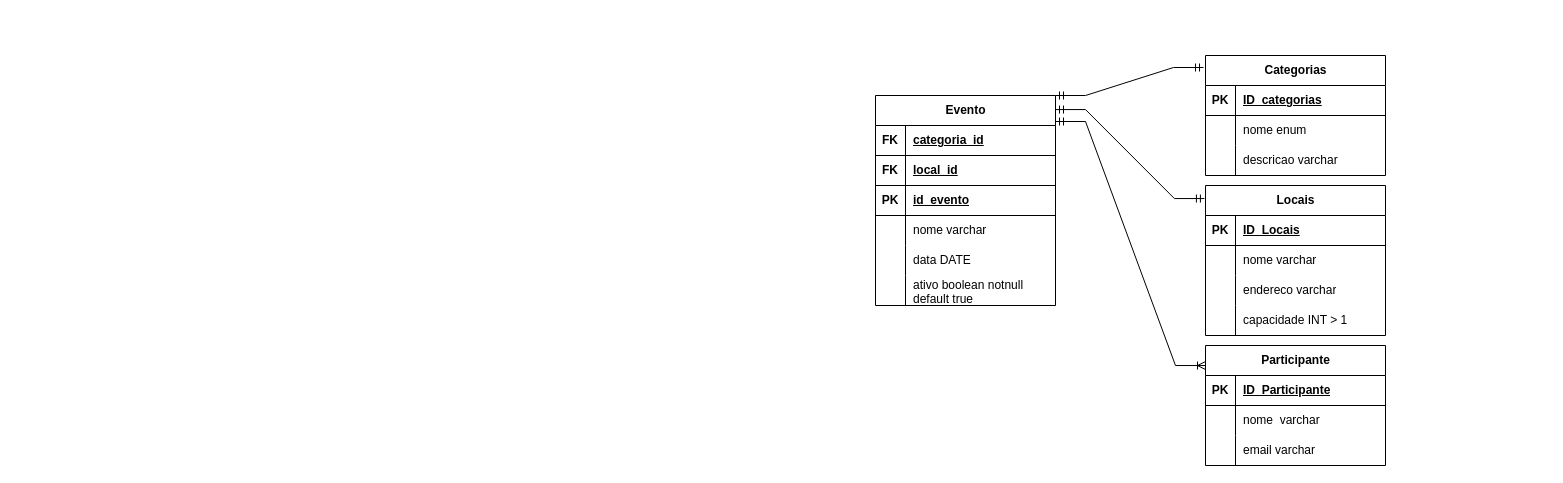
The draw.io diagram aula07062023.drawio in Luis-Vilar/DRAWio, before the edit. Source tidied: cells renumbered, new cells numbered last; positions are measured from the earlier drawing's top-left corner, leaving out a move shared by most shapes. Both pictures are drawn from the tidied source at 100%, with x=0, y=0 at pixel (875, 55).
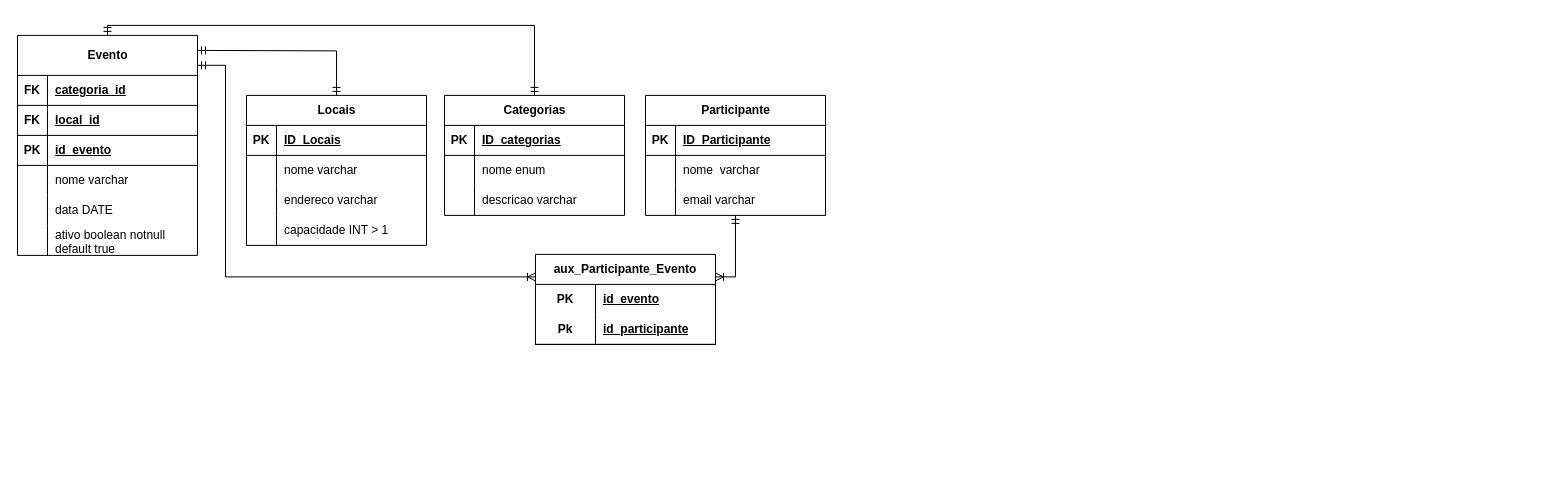
The same page after the edit.

What changed in the source:
```diff
@@
-    <mxCell id="2" value="Evento" style="shape=table;startSize=30;childLayout=tableLayout;rowLines=0;fontStyle=1;align=center;html=1;strokeColor=default;fontFamily=Helvetica;fontSize=12;fontColor=default;fillColor=default;" parent="1" vertex="1">
-      <mxGeometry y="40" width="180" height="210" as="geometry" />
+    <mxCell id="2" value="Evento" style="shape=table;startSize=40;childLayout=tableLayout;rowLines=0;fontStyle=1;align=center;html=1;strokeColor=default;fontFamily=Helvetica;fontSize=12;fontColor=default;fillColor=default;" parent="1" vertex="1">
+      <mxGeometry x="-858" y="-20.1" width="180" height="220" as="geometry" />
     </mxCell>
     <mxCell id="3" style="shape=tableRow;horizontal=0;startSize=0;swimlaneHead=0;swimlaneBody=0;fillColor=none;top=0;left=0;right=0;bottom=1;strokeColor=default;fontFamily=Helvetica;fontSize=12;fontColor=default;html=1;" parent="2" vertex="1">
-      <mxGeometry y="30" width="180" height="30" as="geometry" />
+      <mxGeometry y="40" width="180" height="30" as="geometry" />
     </mxCell>
@@
     <mxCell id="6" style="shape=tableRow;horizontal=0;startSize=0;swimlaneHead=0;swimlaneBody=0;fillColor=none;top=0;left=0;right=0;bottom=1;strokeColor=default;fontFamily=Helvetica;fontSize=12;fontColor=default;html=1;" parent="2" vertex="1">
-      <mxGeometry y="60" width="180" height="30" as="geometry" />
+      <mxGeometry y="70" width="180" height="30" as="geometry" />
     </mxCell>
@@
     <mxCell id="9" style="shape=tableRow;horizontal=0;startSize=0;swimlaneHead=0;swimlaneBody=0;fillColor=none;top=0;left=0;right=0;bottom=1;strokeColor=default;fontFamily=Helvetica;fontSize=12;fontColor=default;html=1;" parent="2" vertex="1">
-      <mxGeometry y="90" width="180" height="30" as="geometry" />
+      <mxGeometry y="100" width="180" height="30" as="geometry" />
     </mxCell>
@@
     <mxCell id="12" style="shape=tableRow;horizontal=0;startSize=0;swimlaneHead=0;swimlaneBody=0;fillColor=none;top=0;left=0;right=0;bottom=0;strokeColor=default;fontFamily=Helvetica;fontSize=12;fontColor=default;html=1;" parent="2" vertex="1">
-      <mxGeometry y="120" width="180" height="30" as="geometry" />
+      <mxGeometry y="130" width="180" height="30" as="geometry" />
     </mxCell>
@@
     <mxCell id="15" style="shape=tableRow;horizontal=0;startSize=0;swimlaneHead=0;swimlaneBody=0;fillColor=none;top=0;left=0;right=0;bottom=0;strokeColor=default;fontFamily=Helvetica;fontSize=12;fontColor=default;html=1;" parent="2" vertex="1">
-      <mxGeometry y="150" width="180" height="30" as="geometry" />
+      <mxGeometry y="160" width="180" height="30" as="geometry" />
     </mxCell>
@@
     <mxCell id="18" style="shape=tableRow;horizontal=0;startSize=0;swimlaneHead=0;swimlaneBody=0;fillColor=none;top=0;left=0;right=0;bottom=0;strokeColor=default;fontFamily=Helvetica;fontSize=12;fontColor=default;html=1;" parent="2" vertex="1">
-      <mxGeometry y="180" width="180" height="30" as="geometry" />
+      <mxGeometry y="190" width="180" height="30" as="geometry" />
     </mxCell>
@@
     <mxCell id="21" value="Locais" style="shape=table;startSize=30;childLayout=tableLayout;rowLines=0;fontStyle=1;align=center;html=1;strokeColor=default;fontFamily=Helvetica;fontSize=12;fontColor=default;fillColor=default;" parent="1" vertex="1">
-      <mxGeometry x="330" y="130" width="180" height="150" as="geometry" />
+      <mxGeometry x="-629" y="39.9" width="180" height="150" as="geometry" />
     </mxCell>
@@
     <mxCell id="34" value="Categorias" style="shape=table;startSize=30;childLayout=tableLayout;rowLines=0;fontStyle=1;align=center;html=1;strokeColor=default;fontFamily=Helvetica;fontSize=12;fontColor=default;fillColor=default;" parent="1" vertex="1">
-      <mxGeometry x="330" width="180" height="120" as="geometry" />
+      <mxGeometry x="-431" y="39.9" width="180" height="120" as="geometry" />
     </mxCell>
@@
     <mxCell id="44" style="shape=partialRectangle;fillColor=none;top=0;left=0;bottom=0;right=0;align=left;spacingLeft=6;overflow=hidden;whiteSpace=wrap;html=1;strokeColor=default;fontFamily=Helvetica;fontSize=12;fontColor=default;startSize=30;" parent="1" vertex="1">
-      <mxGeometry x="520" y="330" width="150" height="30" as="geometry" />
+      <mxGeometry x="-248" y="309.9" width="150" height="30" as="geometry" />
     </mxCell>
     <mxCell id="45" value="Participante" style="shape=table;startSize=30;childLayout=tableLayout;rowLines=0;fontStyle=1;align=center;html=1;strokeColor=default;fontFamily=Helvetica;fontSize=12;fontColor=default;fillColor=default;" parent="1" vertex="1">
-      <mxGeometry x="330" y="290" width="180" height="120" as="geometry" />
+      <mxGeometry x="-230" y="39.9" width="180" height="120" as="geometry" />
     </mxCell>
@@
-    <mxCell id="55" style="edgeStyle=entityRelationEdgeStyle;fontSize=12;html=1;endArrow=ERmandOne;startArrow=ERmandOne;rounded=0;entryX=-0.011;entryY=0.1;entryDx=0;entryDy=0;entryPerimeter=0;exitX=1;exitY=0;exitDx=0;exitDy=0;endFill=0;" parent="1" edge="1" source="2" target="34">
+    <mxCell id="55" style="fontSize=12;html=1;endArrow=ERmandOne;startArrow=ERmandOne;rounded=0;exitX=0.5;exitY=0;exitDx=0;exitDy=0;endFill=0;entryX=0.5;entryY=0;entryDx=0;entryDy=0;edgeStyle=orthogonalEdgeStyle;" parent="1" edge="1" source="2" target="34">
       <mxGeometry relative="1" as="geometry" />
     </mxCell>
-    <mxCell id="56" style="edgeStyle=entityRelationEdgeStyle;fontSize=12;html=1;endArrow=ERmandOne;startArrow=ERmandOne;rounded=0;exitX=1;exitY=0.067;exitDx=0;exitDy=0;exitPerimeter=0;entryX=-0.006;entryY=0.087;entryDx=0;entryDy=0;entryPerimeter=0;" parent="1" edge="1" source="2" target="21">
-      <mxGeometry relative="1" as="geometry" />
+    <mxCell id="56" style="edgeStyle=orthogonalEdgeStyle;fontSize=12;html=1;endArrow=ERmandOne;startArrow=ERmandOne;rounded=0;entryX=0.5;entryY=0;entryDx=0;entryDy=0;" parent="1" edge="1" target="21">
+      <mxGeometry relative="1" as="geometry">
+        <mxPoint x="-678" y="-5.1" as="sourcePoint" />
+      </mxGeometry>
     </mxCell>
-    <mxCell id="57" style="edgeStyle=entityRelationEdgeStyle;fontSize=12;html=1;endArrow=ERoneToMany;startArrow=ERmandOne;rounded=0;entryX=0;entryY=0.167;entryDx=0;entryDy=0;entryPerimeter=0;exitX=1.011;exitY=0.124;exitDx=0;exitDy=0;exitPerimeter=0;" parent="1" edge="1" target="45">
-      <mxGeometry relative="1" as="geometry">
-        <mxPoint x="180" y="66" as="sourcePoint" />
-      </mxGeometry>
-    </mxCell>
+    <mxCell id="58" style="edgeStyle=orthogonalEdgeStyle;fontSize=12;html=1;endArrow=ERoneToMany;endFill=0;rounded=0;entryX=0;entryY=0.25;entryDx=0;entryDy=0;startArrow=ERmandOne;startFill=0;exitX=1;exitY=0.136;exitDx=0;exitDy=0;exitPerimeter=0;" parent="1" edge="1" source="2" target="60">
+      <mxGeometry relative="1" as="geometry">
+        <Array as="points">
+          <mxPoint x="-650" y="10" />
+          <mxPoint x="-650" y="221" />
+        </Array>
+      </mxGeometry>
+    </mxCell>
+    <mxCell id="59" style="edgeStyle=orthogonalEdgeStyle;fontSize=12;html=1;endArrow=ERmandOne;endFill=0;rounded=0;exitX=1;exitY=0.25;exitDx=0;exitDy=0;startArrow=ERoneToMany;startFill=0;" parent="1" edge="1" source="60" target="45">
+      <mxGeometry relative="1" as="geometry" />
+    </mxCell>
+    <mxCell id="60" value="aux_Participante_Evento" style="shape=table;startSize=30;childLayout=tableLayout;rowLines=0;fontStyle=1;align=center;html=1;whiteSpace=wrap;" parent="1" vertex="1">
+      <mxGeometry x="-340" y="198.9" width="180" height="90" as="geometry" />
+    </mxCell>
+    <mxCell id="61" style="shape=tableRow;horizontal=0;startSize=0;swimlaneHead=0;swimlaneBody=0;fillColor=none;top=0;left=0;right=0;bottom=0;html=1;" parent="60" vertex="1">
+      <mxGeometry y="30" width="180" height="30" as="geometry" />
+    </mxCell>
+    <mxCell id="62" value="PK" style="shape=partialRectangle;fillColor=none;top=0;left=0;bottom=0;right=0;fontStyle=1;overflow=hidden;html=1;whiteSpace=wrap;" parent="61" vertex="1">
+      <mxGeometry width="60" height="30" as="geometry" />
+    </mxCell>
+    <mxCell id="63" value="id_evento" style="shape=partialRectangle;fillColor=none;top=0;left=0;bottom=0;right=0;align=left;spacingLeft=6;fontStyle=5;overflow=hidden;html=1;whiteSpace=wrap;" parent="61" vertex="1">
+      <mxGeometry x="60" width="120" height="30" as="geometry" />
+    </mxCell>
+    <mxCell id="64" style="shape=tableRow;horizontal=0;startSize=0;swimlaneHead=0;swimlaneBody=0;fillColor=none;top=0;left=0;right=0;bottom=1;html=1;" parent="60" vertex="1">
+      <mxGeometry y="60" width="180" height="30" as="geometry" />
+    </mxCell>
+    <mxCell id="65" value="Pk" style="shape=partialRectangle;fillColor=none;top=0;left=0;bottom=0;right=0;fontStyle=1;overflow=hidden;html=1;whiteSpace=wrap;" parent="64" vertex="1">
+      <mxGeometry width="60" height="30" as="geometry" />
+    </mxCell>
+    <mxCell id="66" value="id_participante" style="shape=partialRectangle;fillColor=none;top=0;left=0;bottom=0;right=0;align=left;spacingLeft=6;fontStyle=5;overflow=hidden;html=1;whiteSpace=wrap;" parent="64" vertex="1">
+      <mxGeometry x="60" width="120" height="30" as="geometry" />
+    </mxCell>
```
